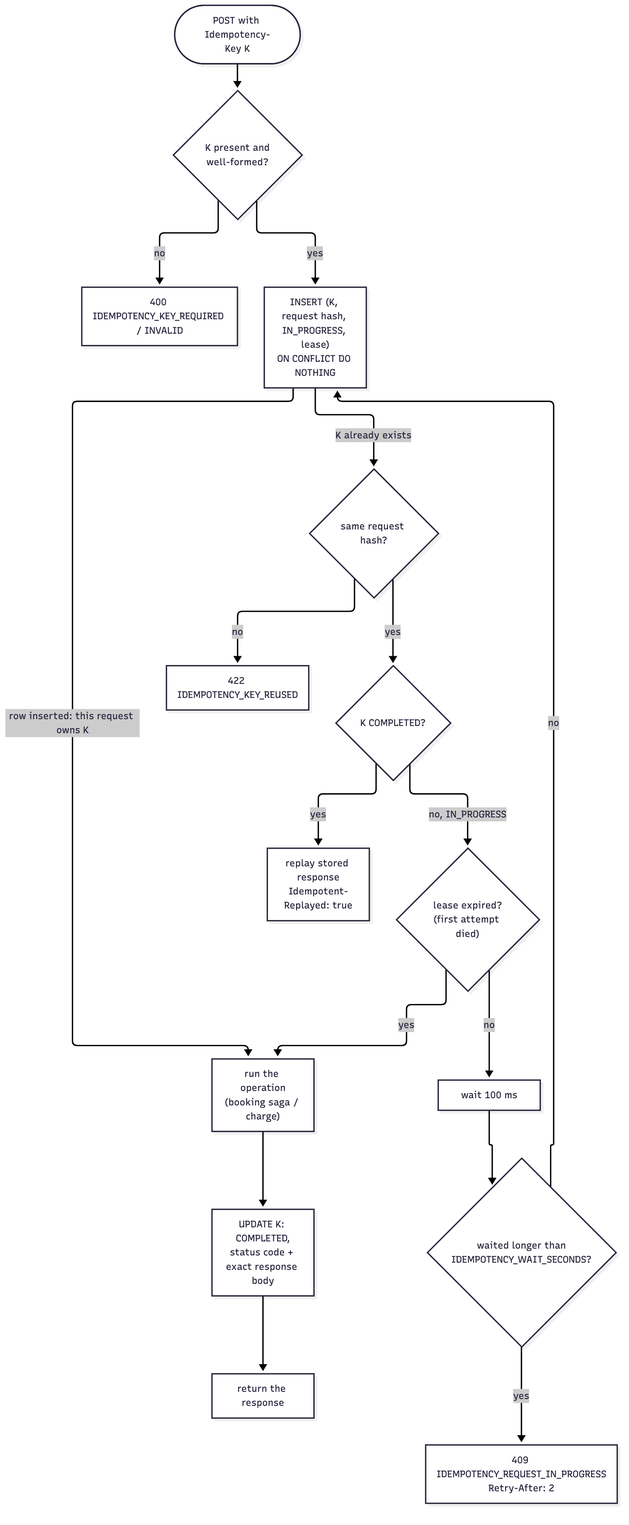
This is docs/diagrams/idempotency-flow.png from spaceman-dev/tatkal-booking-microservices, a Mermaid export, as it was before one commit. Its source is kept beside it as docs/diagrams/idempotency-flow.mmd.
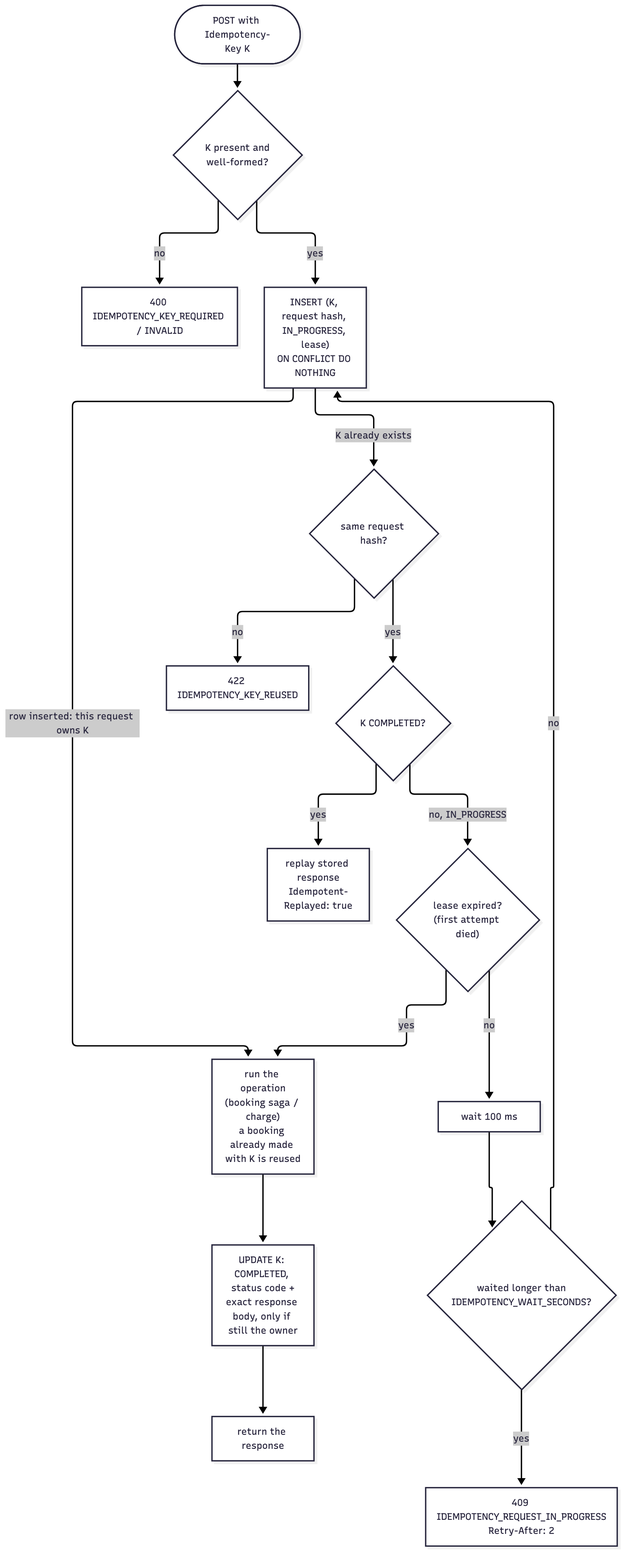
After the change.

The edit, as a diff of the source:
```diff
@@ -2,8 +2,8 @@
     start(["POST with Idempotency-Key K"]) --> valid{"K present and<br/>well-formed?"}
     valid -- no --> e400["400 IDEMPOTENCY_KEY_REQUIRED / INVALID"]
     valid -- yes --> claim["INSERT (K, request hash, IN_PROGRESS, lease)<br/>ON CONFLICT DO NOTHING"]
-    claim -- "row inserted: this request owns K" --> work["run the operation<br/>(booking saga / charge)"]
-    work --> store["UPDATE K: COMPLETED,<br/>status code + exact response body"]
+    claim -- "row inserted: this request owns K" --> work["run the operation<br/>(booking saga / charge)<br/>a booking already made with K is reused"]
+    work --> store["UPDATE K: COMPLETED, status code +<br/>exact response body, only if still the owner"]
     store --> reply["return the response"]
     claim -- "K already exists" --> same{"same request hash?"}
     same -- no --> e422["422 IDEMPOTENCY_KEY_REUSED"]
```
